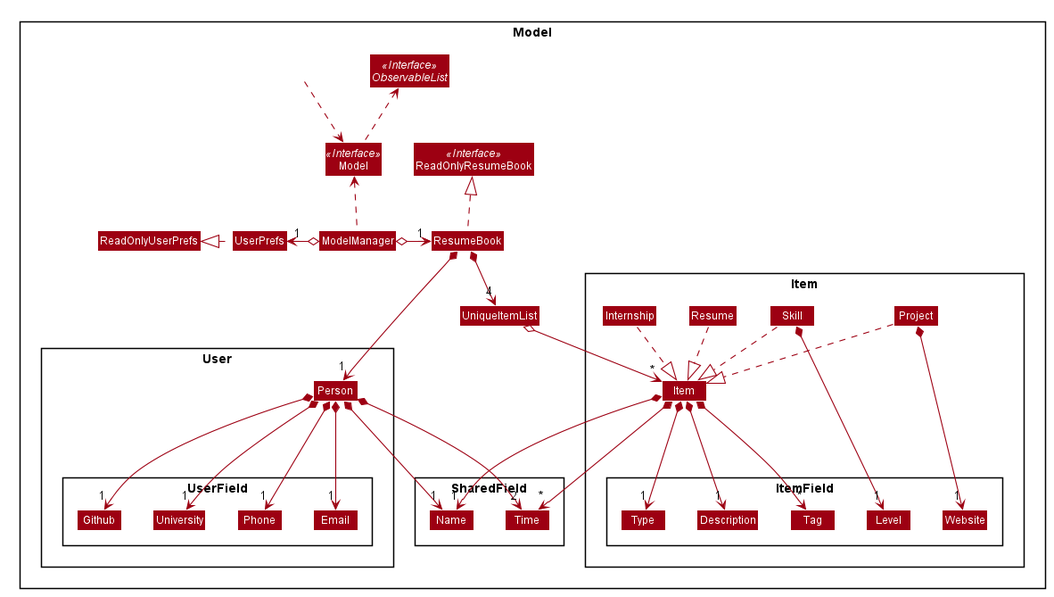
The PlantUML diagram images/ModelClassDiagram.png in AY1920S2-CS2103T-F10-1/main, before a commit. Source of this version:
```plantuml
@startuml








skinparam BackgroundColor #DDDDDDD

skinparam Shadowing false

skinparam Class {
    FontColor #FFFFFF
    BorderThickness 1
    BorderColor #FFFFFF
    StereotypeFontColor #FFFFFF
    FontName Arial
}

skinparam Actor {
    BorderColor #000000
    Color #000000
    FontName Arial
}

skinparam Sequence {
    MessageAlign center
    BoxFontSize 15
    BoxPadding 0
    BoxFontColor #FFFFFF
    FontName Arial
}

skinparam Participant {
    FontColor #FFFFFFF
    Padding 20
}

skinparam MinClassWidth 50
skinparam ParticipantPadding 10
skinparam Shadowing false
skinparam DefaultTextAlignment center
skinparam packageStyle Rectangle

hide footbox
hide members
hide circle
skinparam arrowThickness 1.1
skinparam arrowColor #9D0012
skinparam classBackgroundColor #9D0012

Package Model <<Rectangle>>{
Interface Model <<Interface>>
Interface ObservableList <<Interface>>
Interface ReadOnlyResumeBook <<Interface>>
Class Model
Class ModelManager
Class UserPrefs
Class ReadOnlyUserPrefs
Class ResumeBook
Class ReadOnlyResumeBook
Class UniqueItemList

Package User {
Class Person
Package UserField {
Class Phone
Class Email
Class Github
Class University
}
}

Package Item {
Class Item
Class Resume
Class Internship
Class Project
Class Skill

Package ItemField {
Class Type
Class Description
Class Website
Class Level
Class Tag
}
}

Package SharedField {
Class Name
Class Time
}

Class HiddenOutside #FFFFFF
HiddenOutside .d.> Model
Model .u.> ObservableList
ModelManager .u.> Model

ModelManager o-l-> "1" UserPrefs
UserPrefs .l.|> ReadOnlyUserPrefs

ModelManager o-r-> "1" ResumeBook
ResumeBook .u.|> ReadOnlyResumeBook

ResumeBook *-d-> "1" Person
Person *---> "1" Name
Person *---> "2" Time
Person *---> "1" Phone
Person *---> "1" Email
Person *---> "1" Github
Person *---> "1" University

ResumeBook *--> "4" UniqueItemList
UniqueItemList o--> "*" Item

Item *---> "1" Name
Item *---> "*" Time
Item *---> "1" Type
Item *---> "1" Description
Item *---> "*" Tag

Project ..|> Item
Skill ..|> Item
Resume ..|> Item
Internship ..|> Item

Project *-> "1" Website
Skill *-> "1" Level

}
@enduml
```
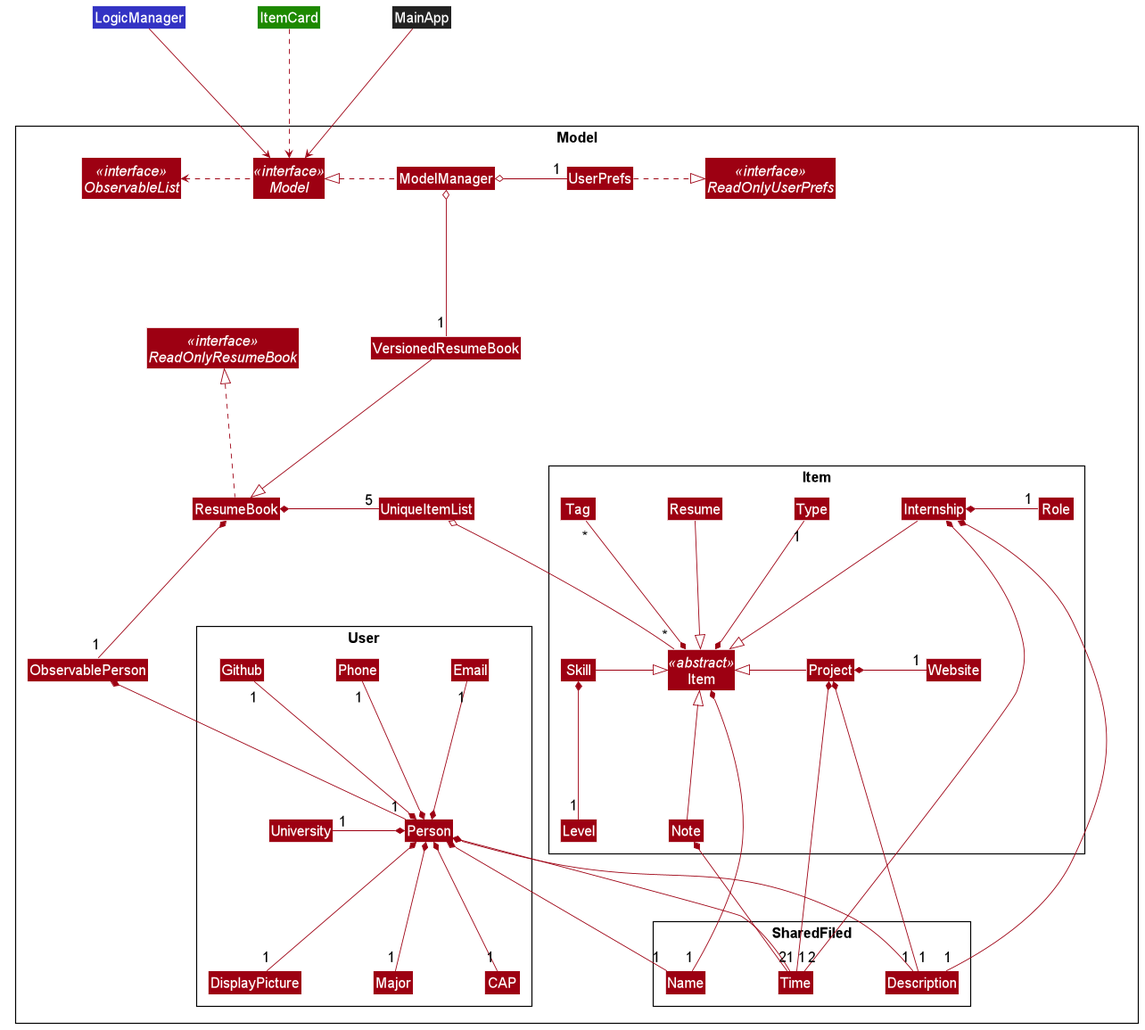
The same file after the commit.

Change to the diagram source:
```diff
@@ -1,4 +1,5 @@
 @startuml
+
 
 
 
@@ -50,85 +51,111 @@
 skinparam arrowThickness 1.1
 skinparam arrowColor #9D0012
 skinparam classBackgroundColor #9D0012
+skinparam defaultFontSize 20
+skinparam nodesep 100
+skinparam ranksep 180
+
+Class LogicManager #3333C4
+Class ItemCard #1D8900
+Class MainApp #222222
 
 Package Model <<Rectangle>>{
-Interface Model <<Interface>>
-Interface ObservableList <<Interface>>
-Interface ReadOnlyResumeBook <<Interface>>
-Class Model
+Interface ObservableList <<interface>>
+Interface Model <<interface>>
+Interface ReadOnlyUserPrefs <<interface>>
+Interface ReadOnlyResumeBook <<interface>>
 Class ModelManager
 Class UserPrefs
-Class ReadOnlyUserPrefs
 Class ResumeBook
-Class ReadOnlyResumeBook
+Class VersionedResumeBook
 Class UniqueItemList
+Class ObservablePerson
 
 Package User {
 Class Person
-Package UserField {
+
+Class DisplayPicture
 Class Phone
 Class Email
 Class Github
 Class University
-}
+Class Major
+Class CAP
+
 }
 
 Package Item {
-Class Item
+Class Item <<abstract>>
 Class Resume
 Class Internship
 Class Project
 Class Skill
+Class Note
 
-Package ItemField {
 Class Type
-Class Description
+Class Role
 Class Website
 Class Level
 Class Tag
 }
+
+Package SharedFiled\n {
+Class Name
+Class Time
+Class Description
 }
 
-Package SharedField {
-Class Name
-Class Time
-}
 
-Class HiddenOutside #FFFFFF
-HiddenOutside .d.> Model
-Model .u.> ObservableList
-ModelManager .u.> Model
+MainApp -d-> Model
+LogicManager -d-> Model
+ItemCard .d.> Model
+Model .l.> ObservableList
+ModelManager .l.|> Model
 
-ModelManager o-l-> "1" UserPrefs
-UserPrefs .l.|> ReadOnlyUserPrefs
+ModelManager o-r- "1" UserPrefs
+UserPrefs .r.|> ReadOnlyUserPrefs
 
-ModelManager o-r-> "1" ResumeBook
+ModelManager o-- "1" VersionedResumeBook
+VersionedResumeBook --|> ResumeBook
 ResumeBook .u.|> ReadOnlyResumeBook
 
-ResumeBook *-d-> "1" Person
-Person *---> "1" Name
-Person *---> "2" Time
-Person *---> "1" Phone
-Person *---> "1" Email
-Person *---> "1" Github
-Person *---> "1" University
+ResumeBook *- "1" ObservablePerson
+ObservablePerson *-- "1" Person
 
-ResumeBook *--> "4" UniqueItemList
-UniqueItemList o--> "*" Item
+Person *-u- "1" Phone
+Person *-u- "1" Email
+Person *-u- "1" Github
+Person *-l-- "1" University
+Person *-- "1" Major
+Person *-- "1" CAP
+Person *-- "1" DisplayPicture
+Person *-- "1" Name
+Person *-- "1" Description
+Person *-- "2" Time
 
-Item *---> "1" Name
-Item *---> "*" Time
-Item *---> "1" Type
-Item *---> "1" Description
-Item *---> "*" Tag
+ResumeBook *-r- "5" UniqueItemList
+UniqueItemList o-- "*" Item
 
-Project ..|> Item
-Skill ..|> Item
-Resume ..|> Item
-Internship ..|> Item
+Item *-- "1" Name
+Item *-u- "1" Type
+Item *-u- "*" Tag
 
-Project *-> "1" Website
-Skill *-> "1" Level
+Skill -|> Item
+Resume --|> Item
+Project -l-|> Item
+Note -u-|> Item
+Internship --|> Item
 
+Internship *-r- "1" Role
+Internship *- "2" Time
+Internship *- "1" Description
+
+Project *-r- "1" Website
+Project *-- "1" Time
+Project *- "1" Description
+
+Skill *-- "1" Level
+
+Note *-- "1" Time
 }
 @enduml
```
